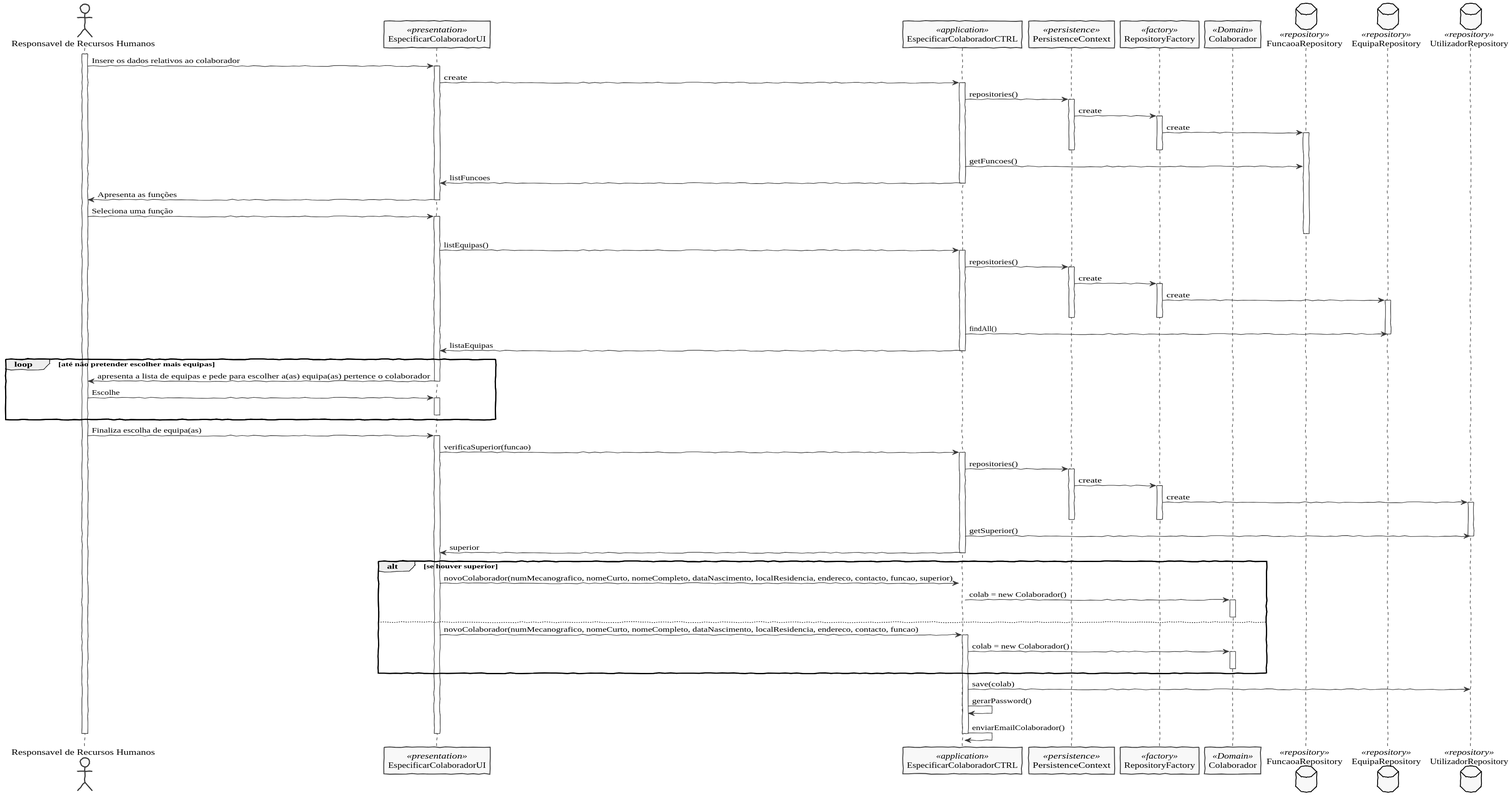
Earlier version of the PlantUML export docs/US2051/SD_Responsavel_Recursos_Humanos.svg (pedrolemos4/LAPR4).
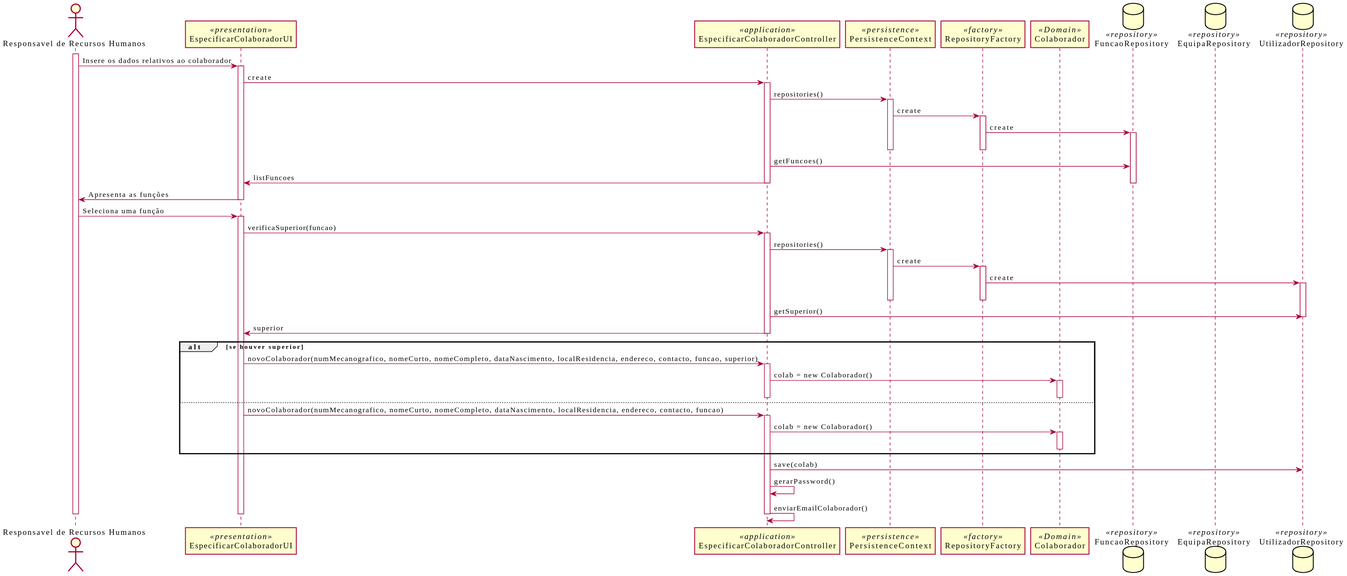
The same file after the commit.

Commit message:
LEI2DI04-38 #close #comment SD

Diff of the diagram source:
```diff
@@ -1,17 +1,14 @@
 @startuml
-skinparam handwritten true
-skinparam monochrome true
-skinparam packageStyle rect
 skinparam defaultFontName FG Virgil
 skinparam shadowing false
 
 Actor "Responsavel de Recursos Humanos" as Actor
 participant EspecificarColaboradorUI as UI <<presentation>>
-participant EspecificarColaboradorCTRL as Controller <<application>>
+participant EspecificarColaboradorController as Controller <<application>>
 participant PersistenceContext as Persistence <<persistence>>
 participant RepositoryFactory as Factory <<factory>>
 participant Colaborador as Colaborador <<Domain>>
-database FuncaoaRepository as FRepository <<repository>>
+database FuncaoRepository as FRepository <<repository>>
 database EquipaRepository as ERepository <<repository>>
 database UtilizadorRepository as CRepository <<repository>>
 
@@ -31,35 +28,11 @@
     deactivate Persistence
       Controller -> FRepository: getFuncoes()
       Controller -> UI: listFuncoes
+    deactivate FRepository
     deactivate Controller
       UI -> Actor: Apresenta as funções
     deactivate UI
       Actor -> UI: Seleciona uma função
-    activate UI
-    deactivate FRepository
-       UI -> Controller: listEquipas()
-    activate Controller
-      Controller -> Persistence: repositories()
-    activate Persistence
-      Persistence -> Factory: create
-    activate Factory
-      Factory -> ERepository: create
-    activate ERepository
-    deactivate Factory
-    deactivate Persistence
-      Controller -> ERepository: findAll()
-    deactivate ERepository
-      Controller -> UI: listaEquipas
-    deactivate Controller
-    loop até não pretender escolher mais equipas
-      UI -> Actor: apresenta a lista de equipas e pede para escolher a(as) equipa(as) pertence o colaborador
-    deactivate UI
-      Actor -> UI: Escolhe
-    activate UI
-    deactivate UI
-    end
-
-      Actor -> UI: Finaliza escolha de equipa(as)
     activate UI
       UI -> Controller: verificaSuperior(funcao)
     activate Controller
@@ -82,6 +55,7 @@
       Controller -> Colaborador: colab = new Colaborador()
     activate Colaborador
     deactivate Colaborador
+    deactivate Controller
     else
       UI -> Controller: novoColaborador(numMecanografico, nomeCurto, nomeCompleto, dataNascimento, localResidencia, endereco, contacto, funcao)
     activate Controller
```
